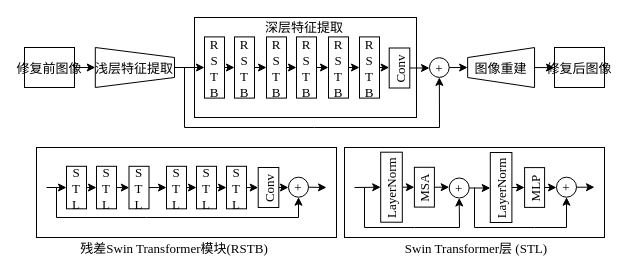
Above: SwinIR.drawio in LiSoulSpace/GitBook (draw.io), before the change. Source tidied: cells renumbered, new cells numbered last; positions are measured from the earlier drawing's top-left corner, leaving out a move shared by most shapes. Both pictures are drawn from the tidied source at 100%, with x=0, y=0 at pixel (24, 16).
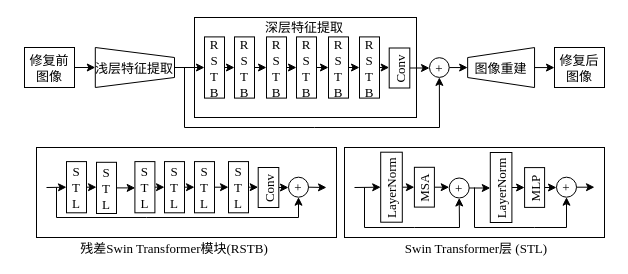
After the change.

Diff of the diagram source:
```diff
@@
-    <mxCell id="3" value="修复前图像" style="rounded=0;fontSize=13;fontFamily=宋体;" parent="1" vertex="1">
+    <mxCell id="3" value="修复前&#10;图像" style="rounded=0;fontSize=13;fontFamily=宋体;" parent="1" vertex="1">
       <mxGeometry y="31" width="50" height="40" as="geometry" />
     </mxCell>
@@
-    <mxCell id="6" value="修复后图像" style="rounded=0;fontSize=13;fontFamily=宋体;" parent="1" vertex="1">
+    <mxCell id="6" value="修复后&#10;图像" style="rounded=0;fontSize=13;fontFamily=宋体;" parent="1" vertex="1">
       <mxGeometry x="530" y="31" width="50" height="40" as="geometry" />
     </mxCell>
@@
     <mxCell id="10" value="S&#10;T&#10;L" style="rounded=0;fontSize=13;fontFamily=Times New Roman;" parent="1" vertex="1">
-      <mxGeometry x="42" y="149.8" width="20" height="42.5" as="geometry" />
+      <mxGeometry x="42" y="145.1" width="20" height="51.2" as="geometry" />
     </mxCell>
@@
     <mxCell id="12" value="S&#10;T&#10;L" style="rounded=0;fontSize=13;fontFamily=Times New Roman;" parent="1" vertex="1">
-      <mxGeometry x="72" y="149.8" width="20" height="42.5" as="geometry" />
+      <mxGeometry x="72" y="145.8" width="20" height="51.2" as="geometry" />
     </mxCell>
@@
     <mxCell id="14" value="S&#10;T&#10;L" style="rounded=0;fontSize=13;fontFamily=Times New Roman;" parent="1" vertex="1">
-      <mxGeometry x="104.5" y="149.8" width="20" height="42.5" as="geometry" />
+      <mxGeometry x="110.4" y="145.1" width="20" height="51.2" as="geometry" />
     </mxCell>
@@
     <mxCell id="16" value="S&#10;T&#10;L" style="rounded=0;fontSize=13;fontFamily=Times New Roman;" parent="1" vertex="1">
-      <mxGeometry x="142" y="149.8" width="20" height="42.5" as="geometry" />
+      <mxGeometry x="140" y="145.1" width="20" height="51.2" as="geometry" />
     </mxCell>
@@
     <mxCell id="18" value="S&#10;T&#10;L" style="rounded=0;fontSize=13;fontFamily=Times New Roman;" parent="1" vertex="1">
-      <mxGeometry x="172" y="149.8" width="20" height="42.5" as="geometry" />
+      <mxGeometry x="170" y="145.1" width="20" height="51.2" as="geometry" />
     </mxCell>
@@
     <mxCell id="20" value="S&#10;T&#10;L" style="rounded=0;fontSize=13;fontFamily=Times New Roman;" parent="1" vertex="1">
-      <mxGeometry x="202" y="149.8" width="20" height="42.5" as="geometry" />
+      <mxGeometry x="204" y="145.1" width="20" height="51.2" as="geometry" />
     </mxCell>
```
